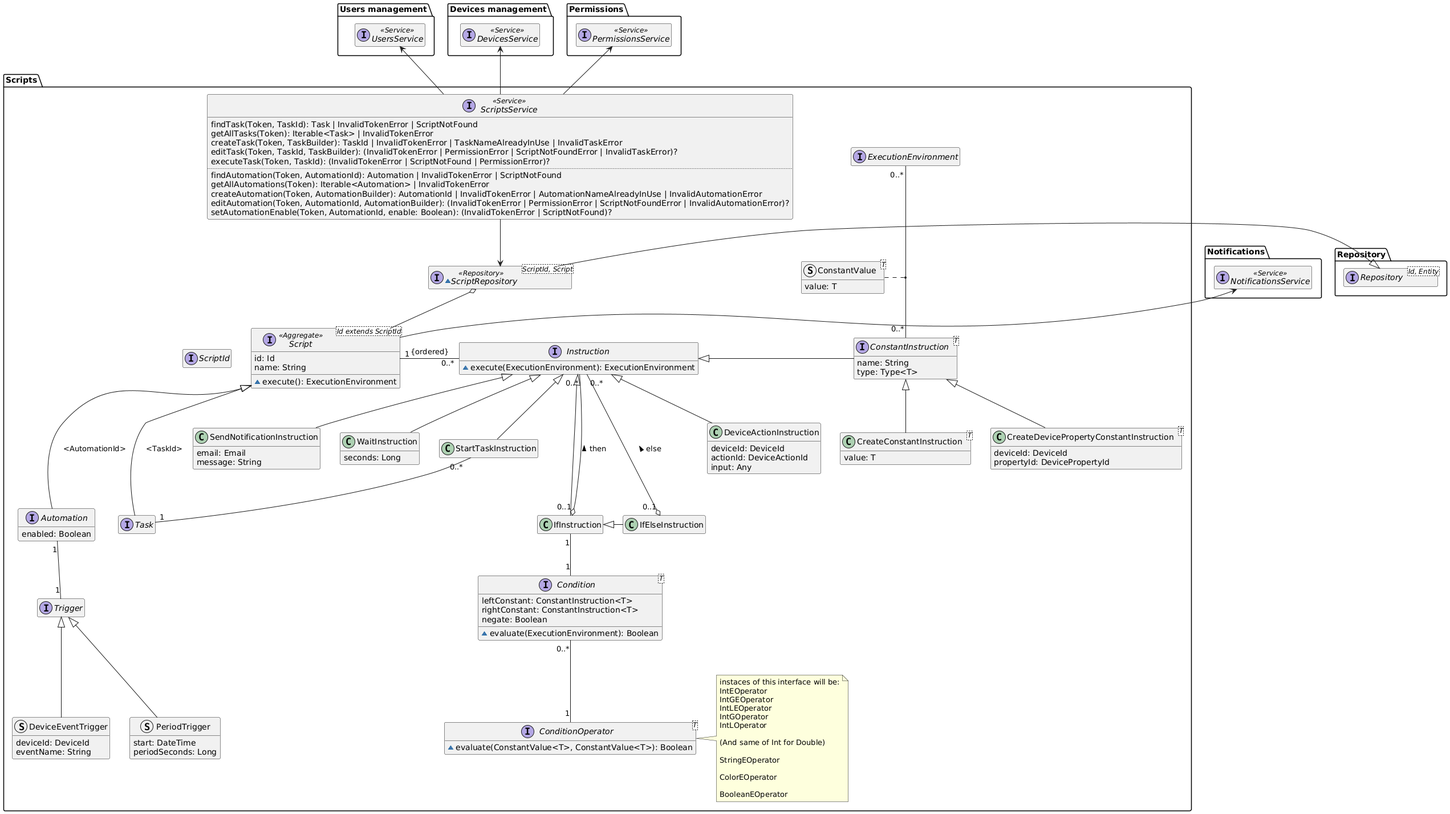
Above: diagrams/generated/scripts-domain-model.png in DomoticASW/.github (PlantUML), before the change.
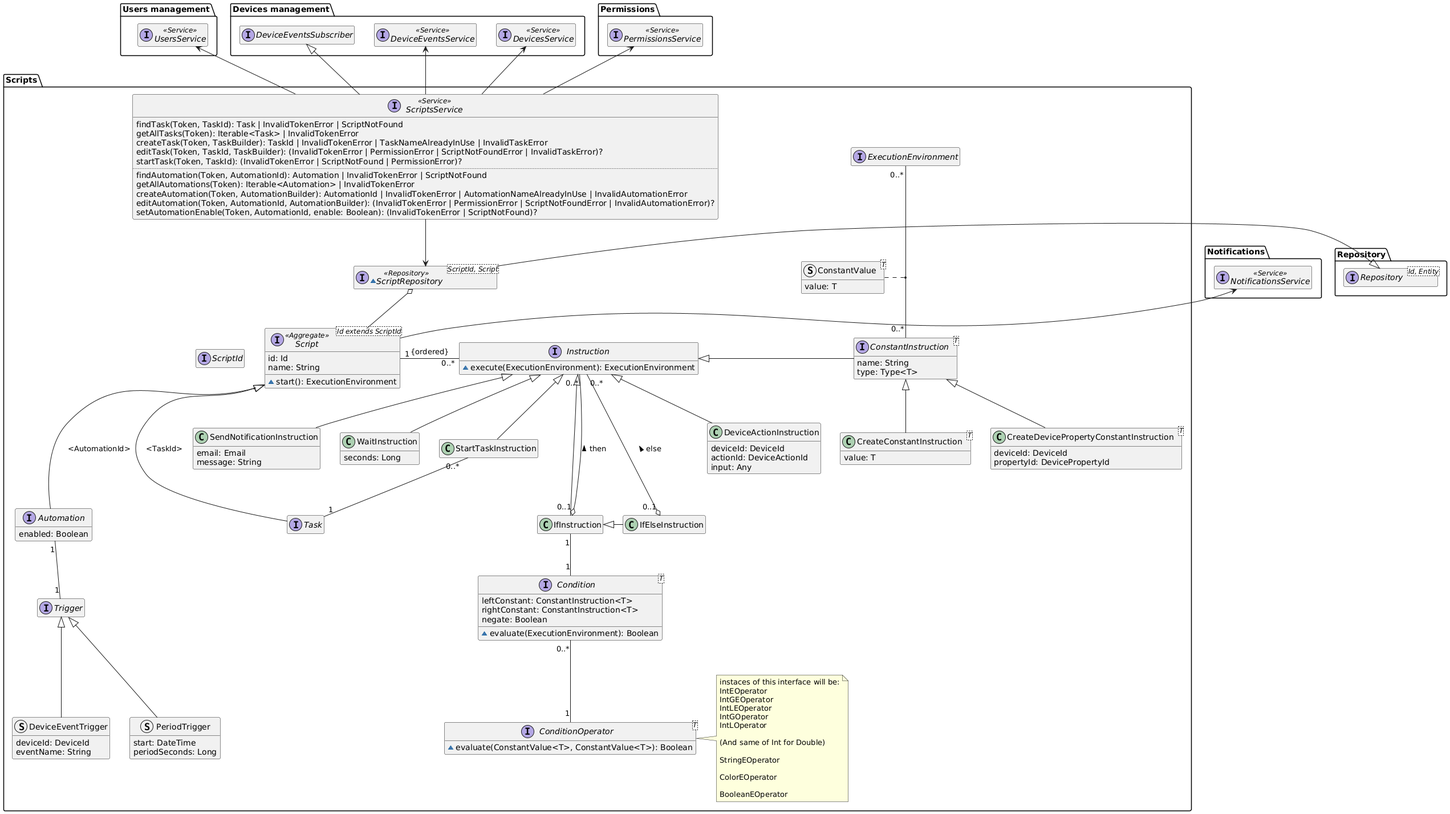
After the change.

Commit message:
fix doc missing dependencies Scripts->Devices

Change to the diagram source:
```diff
@@ -11,6 +11,8 @@
 
 package "Devices management" as DevicesManagement {
     interface DevicesService <<Service>>
+    interface DeviceEventsService <<Service>>
+    interface DeviceEventsSubscriber
 }
 
 package Permissions {
@@ -28,7 +30,7 @@
     interface Script<Id extends ScriptId> <<Aggregate>> {
         id: Id
         name: String
-        ~execute(): ExecutionEnvironment
+        ~start(): ExecutionEnvironment
     }
 
     interface Task
@@ -133,7 +135,7 @@
         getAllTasks(Token): Iterable<Task> | InvalidTokenError
         createTask(Token, TaskBuilder): TaskId | InvalidTokenError | TaskNameAlreadyInUse | InvalidTaskError
         editTask(Token, TaskId, TaskBuilder): (InvalidTokenError | PermissionError | ScriptNotFoundError | InvalidTaskError)?
-        executeTask(Token, TaskId): (InvalidTokenError | ScriptNotFound | PermissionError)?
+        startTask(Token, TaskId): (InvalidTokenError | ScriptNotFound | PermissionError)?
         ..
         findAutomation(Token, AutomationId): Automation | InvalidTokenError | ScriptNotFound
         getAllAutomations(Token): Iterable<Automation> | InvalidTokenError
@@ -158,6 +160,8 @@
     ScriptsService --> ScriptRepository
     ScriptsService -u-> Permissions.PermissionsService
     ScriptsService -u-> DevicesManagement.DevicesService
+    ScriptsService -u-> DevicesManagement.DeviceEventsService
+    ScriptsService -u-|> DevicesManagement.DeviceEventsSubscriber
     ScriptsService -u-> UsersManagement.UsersService
     Script -u-> Notifications.NotificationsService
 }
```
